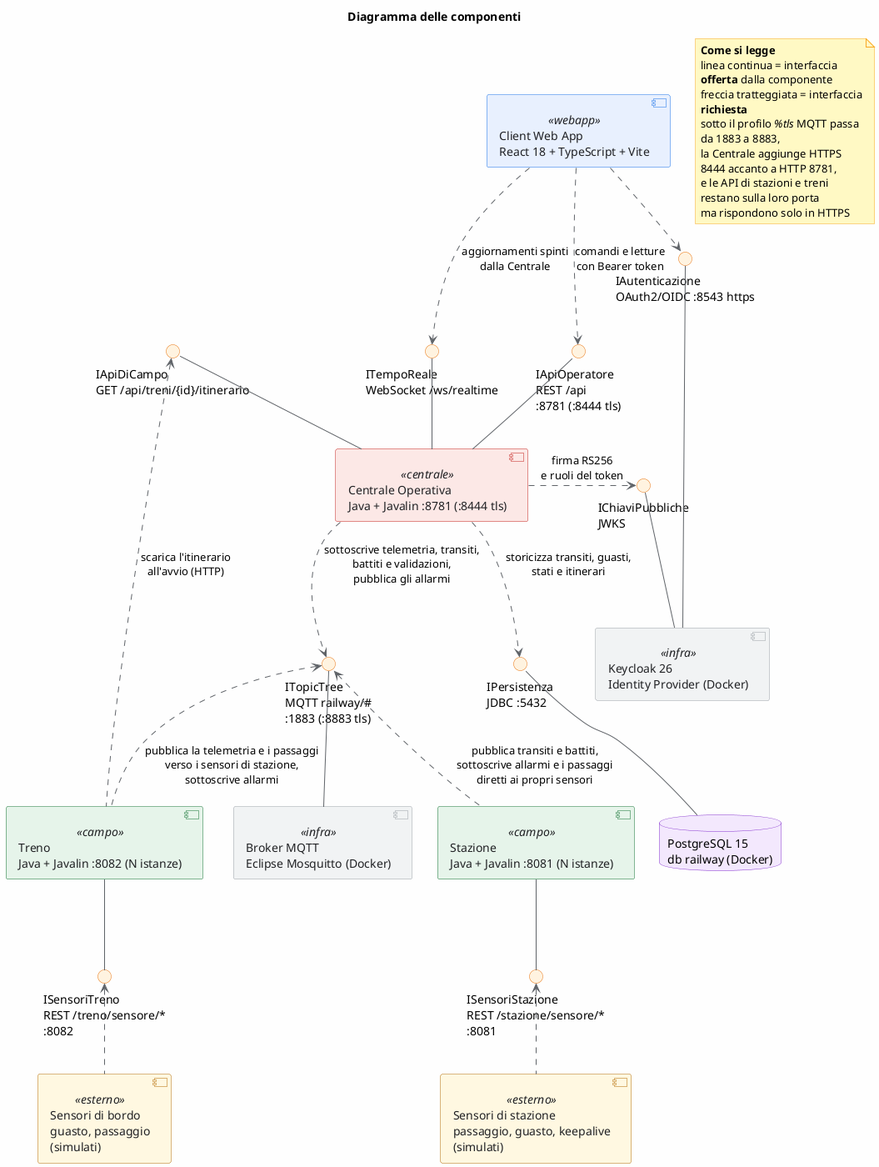
Earlier version of the PlantUML export doc/documentazioneFinale/immaginiDocumentazioneDelSistemaMonitoraggioEGestioneDelTrafficoFerroviario/diagramma_delle_componenti.png (mar-robba/PISSIR).
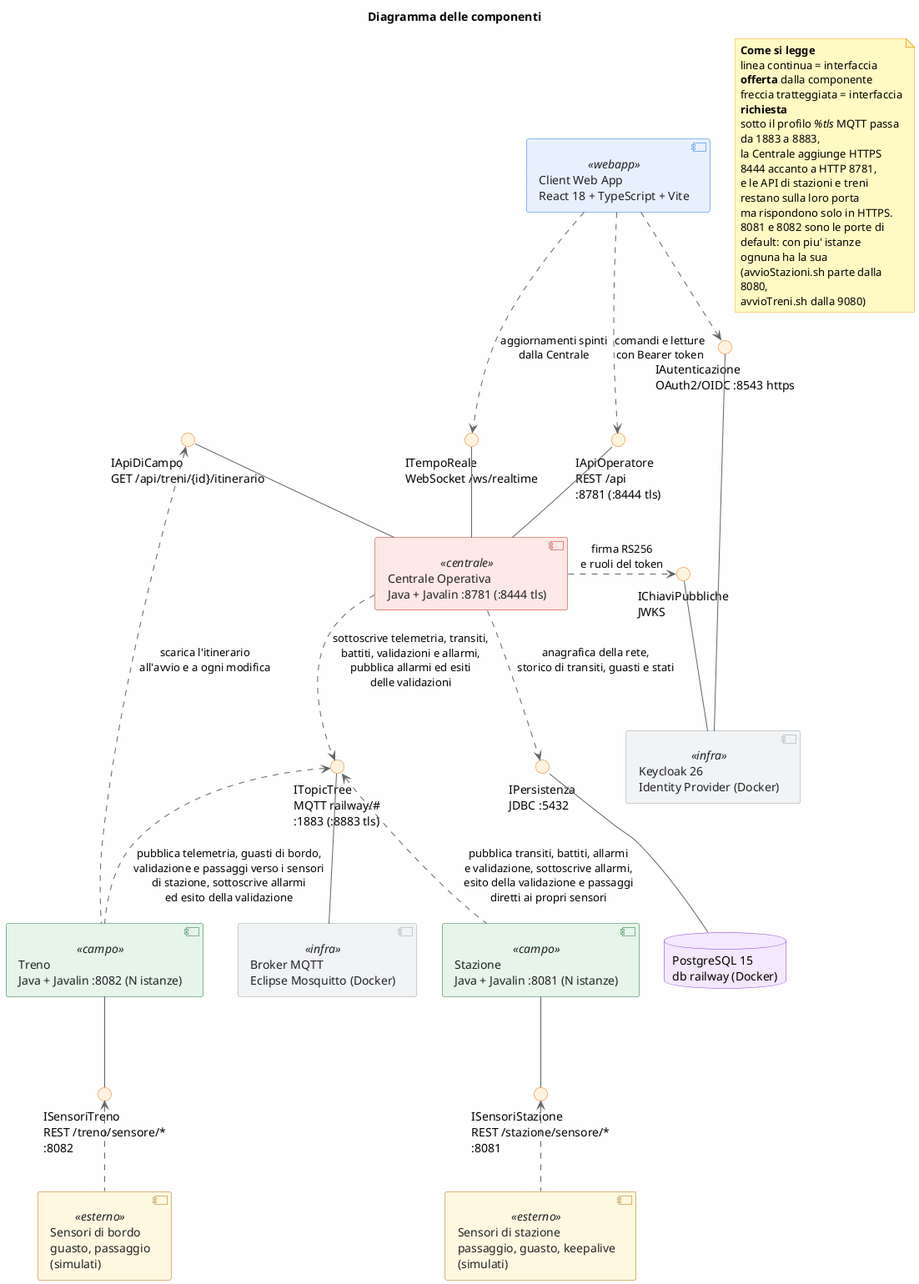
Later version of the same file.

What changed in the source:
```diff
@@ -73,14 +73,14 @@
 Centrale -up- IRealtime
 Centrale -up- IApiCampo
 
-Centrale .down.> IPersistenza : storicizza transiti, guasti,\nstati e itinerari
+Centrale .down.> IPersistenza : anagrafica della rete,\nstorico di transiti, guasti e stati
 DB -up- IPersistenza
 
-Centrale .down.> ITopic : sottoscrive telemetria, transiti,\nbattiti e validazioni,\npubblica gli allarmi
+Centrale .down.> ITopic : sottoscrive telemetria, transiti,\nbattiti, validazioni e allarmi,\npubblica allarmi ed esiti\ndelle validazioni
 Broker -up- ITopic
-Stazione .up.> ITopic : pubblica transiti e battiti,\nsottoscrive allarmi e i passaggi\ndiretti ai propri sensori
-Treno .up.> ITopic : pubblica la telemetria e i passaggi\nverso i sensori di stazione,\nsottoscrive allarmi
-Treno .up.> IApiCampo : scarica l'itinerario\nall'avvio (HTTP)
+Stazione .up.> ITopic : pubblica transiti, battiti, allarmi\ne validazione, sottoscrive allarmi,\nesito della validazione e passaggi\ndiretti ai propri sensori
+Treno .up.> ITopic : pubblica telemetria, guasti di bordo,\nvalidazione e passaggi verso i sensori\ndi stazione, sottoscrive allarmi\ned esito della validazione
+Treno .up.> IApiCampo : scarica l'itinerario\nall'avvio e a ogni modifica
 
 Stazione -down- ISensStaz
 Treno -down- ISensTreno
@@ -94,7 +94,10 @@
   sotto il profilo <i>%tls</i> MQTT passa da 1883 a 8883,
   la Centrale aggiunge HTTPS 8444 accanto a HTTP 8781,
   e le API di stazioni e treni restano sulla loro porta
-  ma rispondono solo in HTTPS
+  ma rispondono solo in HTTPS.
+  8081 e 8082 sono le porte di default: con piu' istanze
+  ognuna ha la sua (avvioStazioni.sh parte dalla 8080,
+  avvioTreni.sh dalla 9080)
 end note
 
 @enduml
```
